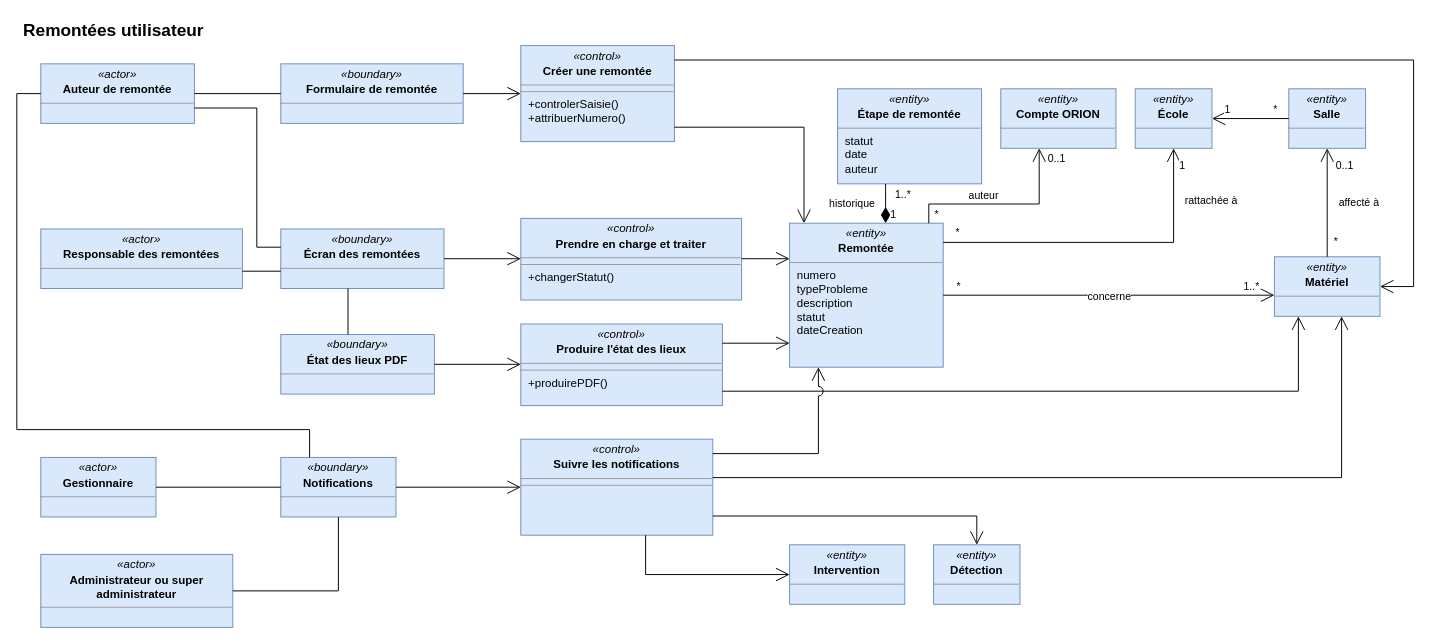
Before: page "Remontées utilisateur" (1 of 5) of docs/02-ANALYSE/03-ANALYSE/02-DIAGRAMME-CLASSES-ANALYSE.drawio in bpierrelouis/aster, a draw.io diagram. Source tidied: cells renumbered, new cells numbered last; positions are measured from the earlier drawing's top-left corner, leaving out a move shared by most shapes. Both pictures are drawn from the tidied source at 96%, with x=0, y=0 at pixel (16, 16).
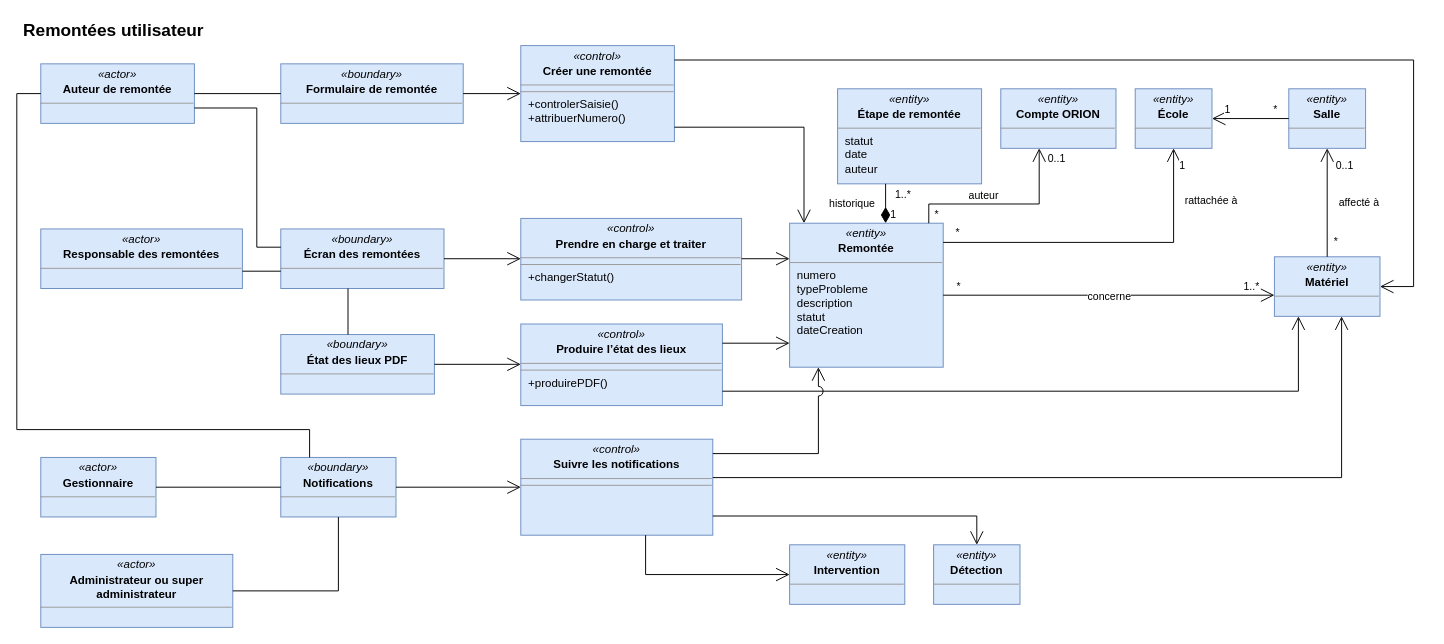
The same diagram, later.

The edit, as a diff of the source:
```diff
@@
-    <mxCell id="13" value="&lt;p style=&quot;margin:0;margin-top:4px;text-align:center;&quot;&gt;&lt;i&gt;«control»&lt;/i&gt;&lt;/p&gt;&lt;p style=&quot;margin:0;margin-top:2px;text-align:center;&quot;&gt;&lt;b&gt;Produire l'état des lieux&lt;/b&gt;&lt;/p&gt;&lt;hr size=&quot;1&quot;/&gt;&lt;hr size=&quot;1&quot;/&gt;&lt;p style=&quot;margin:0;margin-left:8px;&quot;&gt;+produirePDF()&lt;/p&gt;" style="verticalAlign=top;align=left;overflow=fill;html=1;whiteSpace=wrap;fontSize=12;fillColor=#dae8fc;strokeColor=#6c8ebf;" parent="1" vertex="1">
+    <mxCell id="13" value="&lt;p style=&quot;margin:0;margin-top:4px;text-align:center;&quot;&gt;&lt;i&gt;«control»&lt;/i&gt;&lt;/p&gt;&lt;p style=&quot;margin:0;margin-top:2px;text-align:center;&quot;&gt;&lt;b&gt;Produire l’état des lieux&lt;/b&gt;&lt;/p&gt;&lt;hr size=&quot;1&quot;/&gt;&lt;hr size=&quot;1&quot;/&gt;&lt;p style=&quot;margin:0;margin-left:8px;&quot;&gt;+produirePDF()&lt;/p&gt;" style="verticalAlign=top;align=left;overflow=fill;html=1;whiteSpace=wrap;fontSize=12;fillColor=#dae8fc;strokeColor=#6c8ebf;" parent="1" vertex="1">
       <mxGeometry x="525" y="320" width="210" height="85" as="geometry" />
     </mxCell>
```
